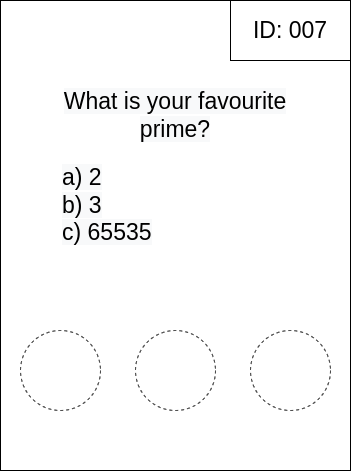
Earlier version of the draw.io export punchscan/resources/high_level_ballot_top.drawio.png (Lavode/41506-seminar-cryptography-and-data-security). Source tidied: cells renumbered, new cells last; positions are measured from the earlier drawing's top-left corner, leaving out a move shared by most shapes.
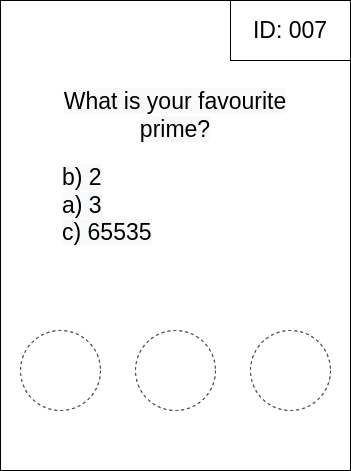
Later version of the same file.

Commit message:
Minor changes to example ballot and notation.

Change to the diagram source:
```diff
@@ -20,7 +20,7 @@
     <mxCell id="7" style="ellipse;whiteSpace=wrap;html=1;fontSize=23;dashed=1;" parent="2" vertex="1">
       <mxGeometry x="250" y="330" width="80" height="80" as="geometry" />
     </mxCell>
-    <mxCell id="8" value="&lt;span style=&quot;color: rgb(0, 0, 0); font-family: Helvetica; font-size: 23px; font-style: normal; font-variant-ligatures: normal; font-variant-caps: normal; font-weight: 400; letter-spacing: normal; orphans: 2; text-indent: 0px; text-transform: none; widows: 2; word-spacing: 0px; -webkit-text-stroke-width: 0px; background-color: rgb(248, 249, 250); text-decoration-thickness: initial; text-decoration-style: initial; text-decoration-color: initial; float: none; display: inline !important;&quot;&gt;a) 2&lt;/span&gt;&lt;br style=&quot;color: rgb(0, 0, 0); font-family: Helvetica; font-size: 23px; font-style: normal; font-variant-ligatures: normal; font-variant-caps: normal; font-weight: 400; letter-spacing: normal; orphans: 2; text-indent: 0px; text-transform: none; widows: 2; word-spacing: 0px; -webkit-text-stroke-width: 0px; background-color: rgb(248, 249, 250); text-decoration-thickness: initial; text-decoration-style: initial; text-decoration-color: initial;&quot;&gt;&lt;span style=&quot;color: rgb(0, 0, 0); font-family: Helvetica; font-size: 23px; font-style: normal; font-variant-ligatures: normal; font-variant-caps: normal; font-weight: 400; letter-spacing: normal; orphans: 2; text-indent: 0px; text-transform: none; widows: 2; word-spacing: 0px; -webkit-text-stroke-width: 0px; background-color: rgb(248, 249, 250); text-decoration-thickness: initial; text-decoration-style: initial; text-decoration-color: initial; float: none; display: inline !important;&quot;&gt;b) 3&lt;/span&gt;&lt;br style=&quot;color: rgb(0, 0, 0); font-family: Helvetica; font-size: 23px; font-style: normal; font-variant-ligatures: normal; font-variant-caps: normal; font-weight: 400; letter-spacing: normal; orphans: 2; text-indent: 0px; text-transform: none; widows: 2; word-spacing: 0px; -webkit-text-stroke-width: 0px; background-color: rgb(248, 249, 250); text-decoration-thickness: initial; text-decoration-style: initial; text-decoration-color: initial;&quot;&gt;&lt;span style=&quot;color: rgb(0, 0, 0); font-family: Helvetica; font-size: 23px; font-style: normal; font-variant-ligatures: normal; font-variant-caps: normal; font-weight: 400; letter-spacing: normal; orphans: 2; text-indent: 0px; text-transform: none; widows: 2; word-spacing: 0px; -webkit-text-stroke-width: 0px; background-color: rgb(248, 249, 250); text-decoration-thickness: initial; text-decoration-style: initial; text-decoration-color: initial; float: none; display: inline !important;&quot;&gt;c) 65535&lt;/span&gt;" style="text;html=1;strokeColor=none;fillColor=none;align=left;verticalAlign=middle;whiteSpace=wrap;rounded=0;fontSize=23;" parent="2" vertex="1">
+    <mxCell id="8" value="&lt;span style=&quot;color: rgb(0, 0, 0); font-family: Helvetica; font-size: 23px; font-style: normal; font-variant-ligatures: normal; font-variant-caps: normal; font-weight: 400; letter-spacing: normal; orphans: 2; text-indent: 0px; text-transform: none; widows: 2; word-spacing: 0px; -webkit-text-stroke-width: 0px; background-color: rgb(248, 249, 250); text-decoration-thickness: initial; text-decoration-style: initial; text-decoration-color: initial; float: none; display: inline !important;&quot;&gt;b) 2&lt;/span&gt;&lt;br style=&quot;color: rgb(0, 0, 0); font-family: Helvetica; font-size: 23px; font-style: normal; font-variant-ligatures: normal; font-variant-caps: normal; font-weight: 400; letter-spacing: normal; orphans: 2; text-indent: 0px; text-transform: none; widows: 2; word-spacing: 0px; -webkit-text-stroke-width: 0px; background-color: rgb(248, 249, 250); text-decoration-thickness: initial; text-decoration-style: initial; text-decoration-color: initial;&quot;&gt;&lt;span style=&quot;color: rgb(0, 0, 0); font-family: Helvetica; font-size: 23px; font-style: normal; font-variant-ligatures: normal; font-variant-caps: normal; font-weight: 400; letter-spacing: normal; orphans: 2; text-indent: 0px; text-transform: none; widows: 2; word-spacing: 0px; -webkit-text-stroke-width: 0px; background-color: rgb(248, 249, 250); text-decoration-thickness: initial; text-decoration-style: initial; text-decoration-color: initial; float: none; display: inline !important;&quot;&gt;a) 3&lt;/span&gt;&lt;br style=&quot;color: rgb(0, 0, 0); font-family: Helvetica; font-size: 23px; font-style: normal; font-variant-ligatures: normal; font-variant-caps: normal; font-weight: 400; letter-spacing: normal; orphans: 2; text-indent: 0px; text-transform: none; widows: 2; word-spacing: 0px; -webkit-text-stroke-width: 0px; background-color: rgb(248, 249, 250); text-decoration-thickness: initial; text-decoration-style: initial; text-decoration-color: initial;&quot;&gt;&lt;span style=&quot;color: rgb(0, 0, 0); font-family: Helvetica; font-size: 23px; font-style: normal; font-variant-ligatures: normal; font-variant-caps: normal; font-weight: 400; letter-spacing: normal; orphans: 2; text-indent: 0px; text-transform: none; widows: 2; word-spacing: 0px; -webkit-text-stroke-width: 0px; background-color: rgb(248, 249, 250); text-decoration-thickness: initial; text-decoration-style: initial; text-decoration-color: initial; float: none; display: inline !important;&quot;&gt;c) 65535&lt;/span&gt;" style="text;html=1;strokeColor=none;fillColor=none;align=left;verticalAlign=middle;whiteSpace=wrap;rounded=0;fontSize=23;" parent="2" vertex="1">
       <mxGeometry x="60" y="160" width="230" height="90" as="geometry" />
     </mxCell>
     <mxCell id="9" value="&lt;span style=&quot;color: rgb(0, 0, 0); font-family: Helvetica; font-size: 23px; font-style: normal; font-variant-ligatures: normal; font-variant-caps: normal; font-weight: 400; letter-spacing: normal; orphans: 2; text-align: center; text-indent: 0px; text-transform: none; widows: 2; word-spacing: 0px; -webkit-text-stroke-width: 0px; background-color: rgb(248, 249, 250); text-decoration-thickness: initial; text-decoration-style: initial; text-decoration-color: initial; float: none; display: inline !important;&quot;&gt;What is your favourite prime?&lt;/span&gt;" style="text;html=1;strokeColor=none;fillColor=none;align=center;verticalAlign=middle;whiteSpace=wrap;rounded=0;fontSize=23;" parent="2" vertex="1">
```
